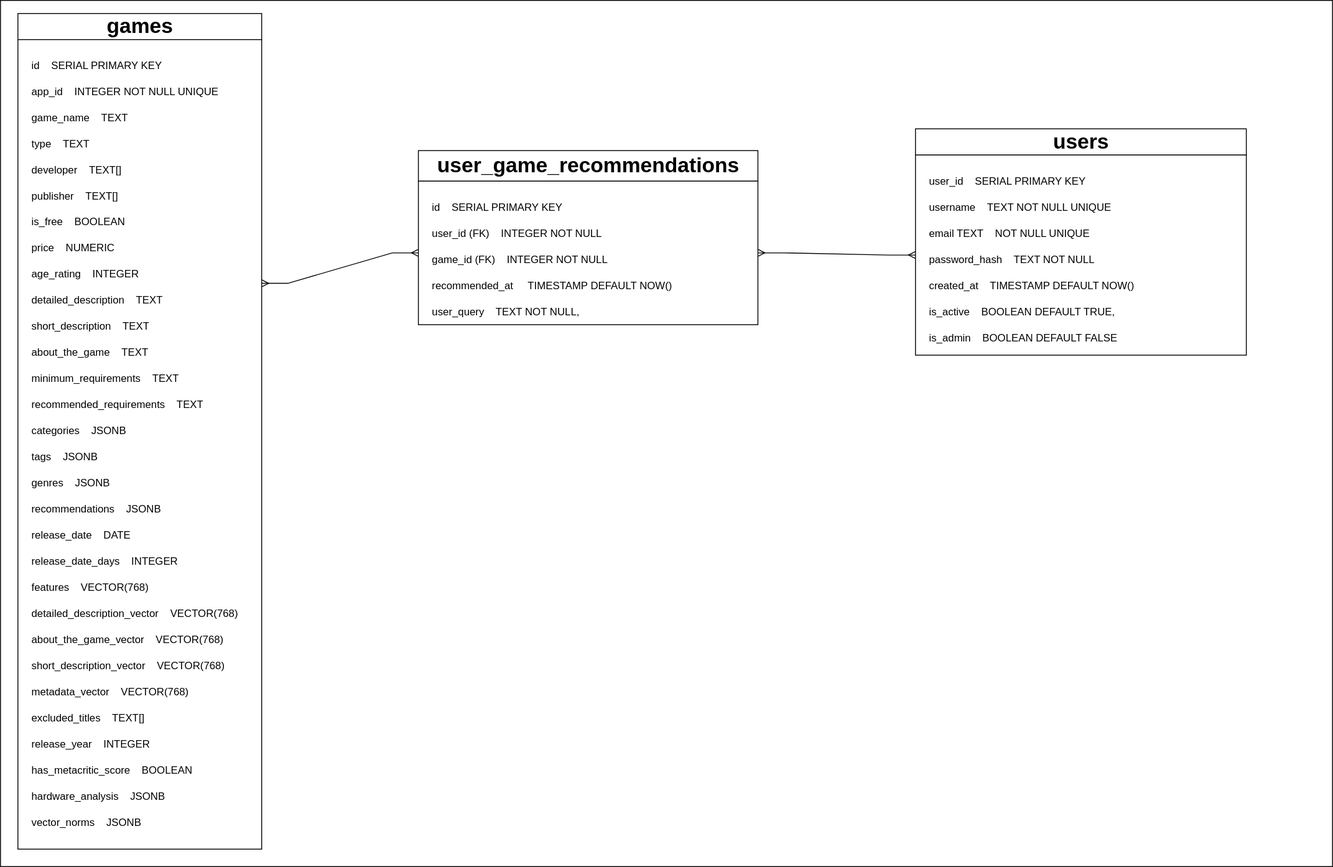
Earlier version of the draw.io export Scripts/Database/Schemat Bazy Danych.svg (Unsimpable2/GameRecommendation). Source tidied: cells renumbered, new cells last; positions are measured from the earlier drawing's top-left corner, leaving out a move shared by most shapes.
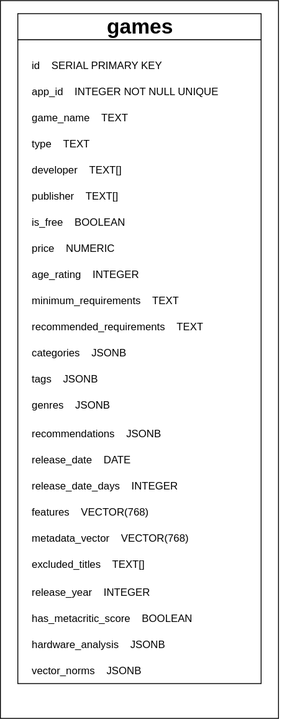
After the change.

Change to the diagram source:
```diff
@@ -3,166 +3,88 @@
     <mxCell id="0" />
     <mxCell id="1" parent="0" />
     <mxCell id="2" style="rounded=0;whiteSpace=wrap;html=1;" parent="1" vertex="1">
-      <mxGeometry width="1530" height="995" as="geometry" />
+      <mxGeometry x="270" y="95" width="320" height="825" as="geometry" />
     </mxCell>
-    <mxCell id="3" style="rounded=0;whiteSpace=wrap;html=1;" parent="1" vertex="1">
-      <mxGeometry x="480" y="207.5" width="390" height="165" as="geometry" />
-    </mxCell>
-    <mxCell id="4" style="rounded=0;whiteSpace=wrap;html=1;" parent="1" vertex="1">
-      <mxGeometry x="1051" y="177.5" width="380" height="230" as="geometry" />
-    </mxCell>
-    <mxCell id="5" style="rounded=0;whiteSpace=wrap;html=1;" parent="1" vertex="1">
-      <mxGeometry x="1051" y="147.5" width="380" height="30" as="geometry" />
-    </mxCell>
     <mxCell id="6" style="rounded=0;whiteSpace=wrap;html=1;" parent="1" vertex="1">
-      <mxGeometry x="20" y="15" width="280" height="30" as="geometry" />
+      <mxGeometry x="290" y="110" width="280" height="30" as="geometry" />
     </mxCell>
     <mxCell id="7" style="rounded=0;whiteSpace=wrap;html=1;" parent="1" vertex="1">
-      <mxGeometry x="20" y="45" width="280" height="930" as="geometry" />
+      <mxGeometry x="290" y="140" width="280" height="740" as="geometry" />
     </mxCell>
     <mxCell id="8" value="id&amp;nbsp; &amp;nbsp;&amp;nbsp;SERIAL PRIMARY KEY" style="text;strokeColor=none;fillColor=none;align=left;verticalAlign=middle;spacingLeft=4;spacingRight=4;overflow=hidden;whiteSpace=wrap;html=1;" parent="1" vertex="1">
-      <mxGeometry x="30" y="60" width="320" height="30" as="geometry" />
+      <mxGeometry x="300" y="155" width="320" height="30" as="geometry" />
     </mxCell>
     <mxCell id="9" value="app_id&amp;nbsp; &amp;nbsp;&amp;nbsp;INTEGER NOT NULL UNIQUE" style="text;strokeColor=none;fillColor=none;align=left;verticalAlign=middle;spacingLeft=4;spacingRight=4;overflow=hidden;whiteSpace=wrap;html=1;" parent="1" vertex="1">
-      <mxGeometry x="30" y="90" width="320" height="30" as="geometry" />
+      <mxGeometry x="300" y="185" width="320" height="30" as="geometry" />
     </mxCell>
     <mxCell id="10" value="game_name&amp;nbsp; &amp;nbsp;&amp;nbsp;TEXT" style="text;strokeColor=none;fillColor=none;align=left;verticalAlign=middle;spacingLeft=4;spacingRight=4;overflow=hidden;whiteSpace=wrap;html=1;" parent="1" vertex="1">
-      <mxGeometry x="30" y="120" width="320" height="30" as="geometry" />
+      <mxGeometry x="300" y="215" width="320" height="30" as="geometry" />
     </mxCell>
     <mxCell id="11" value="type&amp;nbsp; &amp;nbsp;&amp;nbsp;TEXT" style="text;strokeColor=none;fillColor=none;align=left;verticalAlign=middle;spacingLeft=4;spacingRight=4;overflow=hidden;whiteSpace=wrap;html=1;" parent="1" vertex="1">
-      <mxGeometry x="30" y="150" width="320" height="30" as="geometry" />
+      <mxGeometry x="300" y="245" width="320" height="30" as="geometry" />
     </mxCell>
     <mxCell id="12" value="developer&amp;nbsp; &amp;nbsp;&amp;nbsp;TEXT[]" style="text;strokeColor=none;fillColor=none;align=left;verticalAlign=middle;spacingLeft=4;spacingRight=4;overflow=hidden;whiteSpace=wrap;html=1;" parent="1" vertex="1">
-      <mxGeometry x="30" y="180" width="320" height="30" as="geometry" />
+      <mxGeometry x="300" y="275" width="320" height="30" as="geometry" />
     </mxCell>
     <mxCell id="13" value="publisher&amp;nbsp; &amp;nbsp;&amp;nbsp;TEXT[]" style="text;strokeColor=none;fillColor=none;align=left;verticalAlign=middle;spacingLeft=4;spacingRight=4;overflow=hidden;whiteSpace=wrap;html=1;" parent="1" vertex="1">
-      <mxGeometry x="30" y="210" width="320" height="30" as="geometry" />
+      <mxGeometry x="300" y="305" width="320" height="30" as="geometry" />
     </mxCell>
     <mxCell id="14" value="is_free&amp;nbsp; &amp;nbsp;&amp;nbsp;BOOLEAN" style="text;strokeColor=none;fillColor=none;align=left;verticalAlign=middle;spacingLeft=4;spacingRight=4;overflow=hidden;whiteSpace=wrap;html=1;" parent="1" vertex="1">
-      <mxGeometry x="30" y="240" width="320" height="30" as="geometry" />
+      <mxGeometry x="300" y="335" width="320" height="30" as="geometry" />
     </mxCell>
     <mxCell id="15" value="price&amp;nbsp; &amp;nbsp; NUMERIC" style="text;strokeColor=none;fillColor=none;align=left;verticalAlign=middle;spacingLeft=4;spacingRight=4;overflow=hidden;whiteSpace=wrap;html=1;" parent="1" vertex="1">
-      <mxGeometry x="30" y="270" width="320" height="30" as="geometry" />
+      <mxGeometry x="300" y="365" width="320" height="30" as="geometry" />
     </mxCell>
     <mxCell id="16" value="release_date&amp;nbsp; &amp;nbsp;&amp;nbsp;DATE" style="text;strokeColor=none;fillColor=none;align=left;verticalAlign=middle;spacingLeft=4;spacingRight=4;overflow=hidden;whiteSpace=wrap;html=1;" parent="1" vertex="1">
-      <mxGeometry x="30" y="600" width="320" height="30" as="geometry" />
+      <mxGeometry x="300" y="607.5" width="320" height="30" as="geometry" />
     </mxCell>
     <mxCell id="17" value="recommendations&amp;nbsp; &amp;nbsp;&amp;nbsp;JSONB" style="text;strokeColor=none;fillColor=none;align=left;verticalAlign=middle;spacingLeft=4;spacingRight=4;overflow=hidden;whiteSpace=wrap;html=1;" parent="1" vertex="1">
-      <mxGeometry x="30" y="570" width="320" height="30" as="geometry" />
+      <mxGeometry x="300" y="577.5" width="320" height="30" as="geometry" />
     </mxCell>
     <mxCell id="18" value="genres&amp;nbsp; &amp;nbsp;&amp;nbsp;JSONB" style="text;strokeColor=none;fillColor=none;align=left;verticalAlign=middle;spacingLeft=4;spacingRight=4;overflow=hidden;whiteSpace=wrap;html=1;" parent="1" vertex="1">
-      <mxGeometry x="30" y="540" width="320" height="30" as="geometry" />
+      <mxGeometry x="300" y="545" width="320" height="30" as="geometry" />
     </mxCell>
     <mxCell id="19" value="tags&amp;nbsp; &amp;nbsp;&amp;nbsp;JSONB" style="text;strokeColor=none;fillColor=none;align=left;verticalAlign=middle;spacingLeft=4;spacingRight=4;overflow=hidden;whiteSpace=wrap;html=1;" parent="1" vertex="1">
-      <mxGeometry x="30" y="510" width="320" height="30" as="geometry" />
+      <mxGeometry x="300" y="515" width="320" height="30" as="geometry" />
     </mxCell>
     <mxCell id="20" value="categories&amp;nbsp; &amp;nbsp;&amp;nbsp;JSONB" style="text;strokeColor=none;fillColor=none;align=left;verticalAlign=middle;spacingLeft=4;spacingRight=4;overflow=hidden;whiteSpace=wrap;html=1;" parent="1" vertex="1">
-      <mxGeometry x="30" y="480" width="320" height="30" as="geometry" />
+      <mxGeometry x="300" y="485" width="320" height="30" as="geometry" />
     </mxCell>
     <mxCell id="21" value="recommended_requirements&amp;nbsp; &amp;nbsp;&amp;nbsp;TEXT" style="text;strokeColor=none;fillColor=none;align=left;verticalAlign=middle;spacingLeft=4;spacingRight=4;overflow=hidden;whiteSpace=wrap;html=1;" parent="1" vertex="1">
-      <mxGeometry x="30" y="450" width="320" height="30" as="geometry" />
+      <mxGeometry x="300" y="455" width="320" height="30" as="geometry" />
     </mxCell>
     <mxCell id="22" value="minimum_requirements&amp;nbsp; &amp;nbsp;&amp;nbsp;TEXT" style="text;strokeColor=none;fillColor=none;align=left;verticalAlign=middle;spacingLeft=4;spacingRight=4;overflow=hidden;whiteSpace=wrap;html=1;" parent="1" vertex="1">
-      <mxGeometry x="30" y="420" width="320" height="30" as="geometry" />
+      <mxGeometry x="300" y="425" width="320" height="30" as="geometry" />
     </mxCell>
-    <mxCell id="23" value="about_the_game&amp;nbsp; &amp;nbsp;&amp;nbsp;TEXT" style="text;strokeColor=none;fillColor=none;align=left;verticalAlign=middle;spacingLeft=4;spacingRight=4;overflow=hidden;whiteSpace=wrap;html=1;" parent="1" vertex="1">
-      <mxGeometry x="30" y="390" width="320" height="30" as="geometry" />
-    </mxCell>
-    <mxCell id="24" value="short_description&amp;nbsp; &amp;nbsp;&amp;nbsp;TEXT" style="text;strokeColor=none;fillColor=none;align=left;verticalAlign=middle;spacingLeft=4;spacingRight=4;overflow=hidden;whiteSpace=wrap;html=1;" parent="1" vertex="1">
-      <mxGeometry x="30" y="360" width="320" height="30" as="geometry" />
-    </mxCell>
-    <mxCell id="25" value="detailed_description&amp;nbsp; &amp;nbsp;&amp;nbsp;TEXT" style="text;strokeColor=none;fillColor=none;align=left;verticalAlign=middle;spacingLeft=4;spacingRight=4;overflow=hidden;whiteSpace=wrap;html=1;" parent="1" vertex="1">
-      <mxGeometry x="30" y="330" width="320" height="30" as="geometry" />
-    </mxCell>
     <mxCell id="26" value="age_rating&amp;nbsp; &amp;nbsp;&amp;nbsp;INTEGER" style="text;strokeColor=none;fillColor=none;align=left;verticalAlign=middle;spacingLeft=4;spacingRight=4;overflow=hidden;points=[[0,0.5],[1,0.5]];portConstraint=eastwest;whiteSpace=wrap;html=1;" parent="1" vertex="1">
-      <mxGeometry x="30" y="300" width="320" height="30" as="geometry" />
+      <mxGeometry x="300" y="395" width="320" height="30" as="geometry" />
     </mxCell>
     <mxCell id="27" value="games" style="text;strokeColor=none;fillColor=none;html=1;fontSize=24;fontStyle=1;verticalAlign=middle;align=center;" parent="1" vertex="1">
-      <mxGeometry x="110" y="10" width="100" height="40" as="geometry" />
+      <mxGeometry x="380" y="105" width="100" height="40" as="geometry" />
     </mxCell>
-    <mxCell id="28" value="users" style="text;strokeColor=none;fillColor=none;html=1;fontSize=24;fontStyle=1;verticalAlign=middle;align=center;" parent="1" vertex="1">
-      <mxGeometry x="1191" y="142.5" width="100" height="40" as="geometry" />
-    </mxCell>
-    <mxCell id="29" value="user_id&amp;nbsp; &amp;nbsp;&amp;nbsp;SERIAL PRIMARY KEY" style="text;strokeColor=none;fillColor=none;align=left;verticalAlign=middle;spacingLeft=4;spacingRight=4;overflow=hidden;whiteSpace=wrap;html=1;" parent="1" vertex="1">
-      <mxGeometry x="1061" y="192.5" width="320" height="30" as="geometry" />
-    </mxCell>
-    <mxCell id="30" value="username&amp;nbsp; &amp;nbsp;&amp;nbsp;TEXT NOT NULL UNIQUE" style="text;strokeColor=none;fillColor=none;align=left;verticalAlign=middle;spacingLeft=4;spacingRight=4;overflow=hidden;whiteSpace=wrap;html=1;" parent="1" vertex="1">
-      <mxGeometry x="1061" y="222.5" width="320" height="30" as="geometry" />
-    </mxCell>
-    <mxCell id="31" value="email TEXT&amp;nbsp; &amp;nbsp; NOT NULL UNIQUE" style="text;strokeColor=none;fillColor=none;align=left;verticalAlign=middle;spacingLeft=4;spacingRight=4;overflow=hidden;whiteSpace=wrap;html=1;" parent="1" vertex="1">
-      <mxGeometry x="1061" y="252.5" width="320" height="30" as="geometry" />
-    </mxCell>
-    <mxCell id="32" value="password_hash&amp;nbsp; &amp;nbsp; TEXT NOT NULL" style="text;strokeColor=none;fillColor=none;align=left;verticalAlign=middle;spacingLeft=4;spacingRight=4;overflow=hidden;whiteSpace=wrap;html=1;" parent="1" vertex="1">
-      <mxGeometry x="1061" y="282.5" width="320" height="30" as="geometry" />
-    </mxCell>
-    <mxCell id="33" value="created_at&amp;nbsp; &amp;nbsp; TIMESTAMP DEFAULT NOW()" style="text;strokeColor=none;fillColor=none;align=left;verticalAlign=middle;spacingLeft=4;spacingRight=4;overflow=hidden;whiteSpace=wrap;html=1;" parent="1" vertex="1">
-      <mxGeometry x="1061" y="312.5" width="320" height="30" as="geometry" />
-    </mxCell>
-    <mxCell id="34" value="is_active&amp;nbsp; &amp;nbsp; BOOLEAN &lt;span class=&quot;hljs-keyword&quot;&gt;DEFAULT&lt;/span&gt; &lt;span class=&quot;hljs-literal&quot;&gt;TRUE&lt;/span&gt;," style="text;strokeColor=none;fillColor=none;align=left;verticalAlign=middle;spacingLeft=4;spacingRight=4;overflow=hidden;whiteSpace=wrap;html=1;" parent="1" vertex="1">
-      <mxGeometry x="1061" y="342.5" width="320" height="30" as="geometry" />
-    </mxCell>
-    <mxCell id="35" value="is_admin&amp;nbsp; &amp;nbsp; BOOLEAN &lt;span class=&quot;hljs-keyword&quot;&gt;DEFAULT&lt;/span&gt; &lt;span class=&quot;hljs-literal&quot;&gt;FALSE&lt;/span&gt;" style="text;strokeColor=none;fillColor=none;align=left;verticalAlign=middle;spacingLeft=4;spacingRight=4;overflow=hidden;whiteSpace=wrap;html=1;" parent="1" vertex="1">
-      <mxGeometry x="1061" y="372.5" width="320" height="30" as="geometry" />
-    </mxCell>
-    <mxCell id="36" style="rounded=0;whiteSpace=wrap;html=1;" parent="1" vertex="1">
-      <mxGeometry x="480" y="172.5" width="390" height="35" as="geometry" />
-    </mxCell>
-    <mxCell id="37" value="user_game_recommendations " style="text;strokeColor=none;fillColor=none;html=1;fontSize=24;fontStyle=1;verticalAlign=middle;align=center;" parent="1" vertex="1">
-      <mxGeometry x="625" y="170" width="100" height="40" as="geometry" />
-    </mxCell>
-    <mxCell id="38" value="id&amp;nbsp; &amp;nbsp; SERIAL PRIMARY KEY" style="text;strokeColor=none;fillColor=none;align=left;verticalAlign=middle;spacingLeft=4;spacingRight=4;overflow=hidden;whiteSpace=wrap;html=1;" parent="1" vertex="1">
-      <mxGeometry x="490" y="222.5" width="320" height="30" as="geometry" />
-    </mxCell>
-    <mxCell id="39" value="user_id (FK)&amp;nbsp; &amp;nbsp; INTEGER NOT NULL" style="text;strokeColor=none;fillColor=none;align=left;verticalAlign=middle;spacingLeft=4;spacingRight=4;overflow=hidden;whiteSpace=wrap;html=1;" parent="1" vertex="1">
-      <mxGeometry x="490" y="252.5" width="320" height="30" as="geometry" />
-    </mxCell>
-    <mxCell id="40" value="game_id (FK)&amp;nbsp; &amp;nbsp; INTEGER NOT NULL" style="text;strokeColor=none;fillColor=none;align=left;verticalAlign=middle;spacingLeft=4;spacingRight=4;overflow=hidden;whiteSpace=wrap;html=1;" parent="1" vertex="1">
-      <mxGeometry x="490" y="282.5" width="320" height="30" as="geometry" />
-    </mxCell>
-    <mxCell id="41" value="recommended_at&amp;nbsp; &amp;nbsp; &amp;nbsp;TIMESTAMP DEFAULT NOW()" style="text;strokeColor=none;fillColor=none;align=left;verticalAlign=middle;spacingLeft=4;spacingRight=4;overflow=hidden;whiteSpace=wrap;html=1;" parent="1" vertex="1">
-      <mxGeometry x="490" y="312.5" width="320" height="30" as="geometry" />
-    </mxCell>
-    <mxCell id="42" value="user_query&amp;nbsp; &amp;nbsp; TEXT NOT NULL," style="text;strokeColor=none;fillColor=none;align=left;verticalAlign=middle;spacingLeft=4;spacingRight=4;overflow=hidden;whiteSpace=wrap;html=1;" parent="1" vertex="1">
-      <mxGeometry x="490" y="342.5" width="320" height="30" as="geometry" />
-    </mxCell>
-    <mxCell id="43" style="edgeStyle=entityRelationEdgeStyle;fontSize=20;html=1;endArrow=ERmany;startArrow=ERmany;rounded=0;exitX=0.844;exitY=0.833;exitDx=0;exitDy=0;exitPerimeter=0;entryX=0;entryY=0.5;entryDx=0;entryDy=0;" parent="1" edge="1" source="26" target="3">
-      <mxGeometry relative="1" as="geometry" />
-    </mxCell>
-    <mxCell id="44" style="edgeStyle=entityRelationEdgeStyle;fontSize=12;html=1;endArrow=ERmany;startArrow=ERmany;rounded=0;entryX=0;entryY=0.5;entryDx=0;entryDy=0;" parent="1" edge="1" source="3" target="4">
-      <mxGeometry relative="1" as="geometry" />
-    </mxCell>
     <mxCell id="45" value="release_date_days&amp;nbsp; &amp;nbsp; INTEGER" style="text;strokeColor=none;fillColor=none;align=left;verticalAlign=middle;spacingLeft=4;spacingRight=4;overflow=hidden;whiteSpace=wrap;html=1;" parent="1" vertex="1">
-      <mxGeometry x="30" y="630" width="320" height="30" as="geometry" />
+      <mxGeometry x="300" y="637.5" width="320" height="30" as="geometry" />
     </mxCell>
     <mxCell id="46" value="features&amp;nbsp; &amp;nbsp; VECTOR(768)" style="text;strokeColor=none;fillColor=none;align=left;verticalAlign=middle;spacingLeft=4;spacingRight=4;overflow=hidden;whiteSpace=wrap;html=1;" parent="1" vertex="1">
-      <mxGeometry x="30" y="660" width="320" height="30" as="geometry" />
+      <mxGeometry x="300" y="667.5" width="320" height="30" as="geometry" />
     </mxCell>
-    <mxCell id="47" value="detailed_description_vector&amp;nbsp; &amp;nbsp; VECTOR(768)" style="text;strokeColor=none;fillColor=none;align=left;verticalAlign=middle;spacingLeft=4;spacingRight=4;overflow=hidden;whiteSpace=wrap;html=1;" parent="1" vertex="1">
-      <mxGeometry x="30" y="690" width="320" height="30" as="geometry" />
-    </mxCell>
-    <mxCell id="48" value="about_the_game_vector&amp;nbsp; &amp;nbsp; VECTOR(768)" style="text;strokeColor=none;fillColor=none;align=left;verticalAlign=middle;spacingLeft=4;spacingRight=4;overflow=hidden;whiteSpace=wrap;html=1;" parent="1" vertex="1">
-      <mxGeometry x="30" y="720" width="320" height="30" as="geometry" />
-    </mxCell>
-    <mxCell id="49" value="short_description_vector&amp;nbsp; &amp;nbsp; VECTOR(768)" style="text;strokeColor=none;fillColor=none;align=left;verticalAlign=middle;spacingLeft=4;spacingRight=4;overflow=hidden;whiteSpace=wrap;html=1;" parent="1" vertex="1">
-      <mxGeometry x="30" y="750" width="320" height="30" as="geometry" />
-    </mxCell>
     <mxCell id="50" value="metadata_vector&amp;nbsp; &amp;nbsp; VECTOR(768)" style="text;strokeColor=none;fillColor=none;align=left;verticalAlign=middle;spacingLeft=4;spacingRight=4;overflow=hidden;whiteSpace=wrap;html=1;" parent="1" vertex="1">
-      <mxGeometry x="30" y="780" width="320" height="30" as="geometry" />
+      <mxGeometry x="300" y="697.5" width="320" height="30" as="geometry" />
     </mxCell>
     <mxCell id="51" value="excluded_titles&amp;nbsp; &amp;nbsp; TEXT[]" style="text;strokeColor=none;fillColor=none;align=left;verticalAlign=middle;spacingLeft=4;spacingRight=4;overflow=hidden;whiteSpace=wrap;html=1;" parent="1" vertex="1">
-      <mxGeometry x="30" y="810" width="320" height="30" as="geometry" />
+      <mxGeometry x="300" y="727.5" width="320" height="30" as="geometry" />
     </mxCell>
     <mxCell id="52" value="release_year&amp;nbsp; &amp;nbsp; INTEGER" style="text;strokeColor=none;fillColor=none;align=left;verticalAlign=middle;spacingLeft=4;spacingRight=4;overflow=hidden;whiteSpace=wrap;html=1;" parent="1" vertex="1">
-      <mxGeometry x="30" y="840" width="320" height="30" as="geometry" />
+      <mxGeometry x="300" y="760" width="320" height="30" as="geometry" />
     </mxCell>
     <mxCell id="53" value="has_metacritic_score&amp;nbsp; &amp;nbsp; BOOLEAN" style="text;strokeColor=none;fillColor=none;align=left;verticalAlign=middle;spacingLeft=4;spacingRight=4;overflow=hidden;whiteSpace=wrap;html=1;" parent="1" vertex="1">
-      <mxGeometry x="30" y="870" width="320" height="30" as="geometry" />
+      <mxGeometry x="300" y="790" width="320" height="30" as="geometry" />
     </mxCell>
     <mxCell id="54" value="hardware_analysis&amp;nbsp; &amp;nbsp; JSONB" style="text;strokeColor=none;fillColor=none;align=left;verticalAlign=middle;spacingLeft=4;spacingRight=4;overflow=hidden;whiteSpace=wrap;html=1;" parent="1" vertex="1">
-      <mxGeometry x="30" y="900" width="320" height="30" as="geometry" />
+      <mxGeometry x="300" y="820" width="320" height="30" as="geometry" />
     </mxCell>
     <mxCell id="55" value="vector_norms&amp;nbsp; &amp;nbsp; JSONB" style="text;strokeColor=none;fillColor=none;align=left;verticalAlign=middle;spacingLeft=4;spacingRight=4;overflow=hidden;whiteSpace=wrap;html=1;" parent="1" vertex="1">
-      <mxGeometry x="30" y="930" width="320" height="30" as="geometry" />
+      <mxGeometry x="300" y="850" width="320" height="30" as="geometry" />
     </mxCell>
   </root>
 </mxGraphModel>
```
